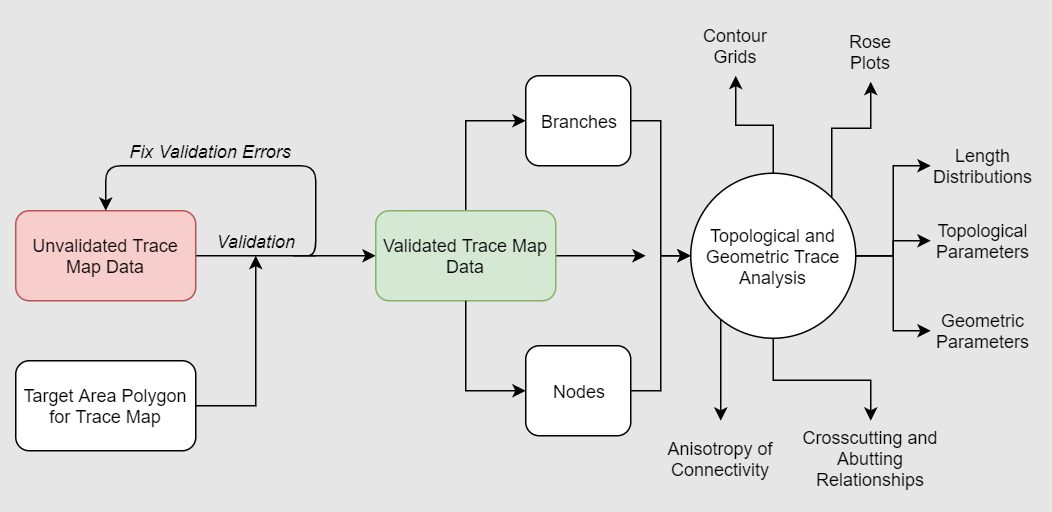
Before: docs_src/imgs/fractopo_2d_diagram.png, a diagram exported from draw.io (nialov/fractopo). Source tidied: cells renumbered, new cells last; positions are measured from the earlier drawing's top-left corner, leaving out a move shared by most shapes.
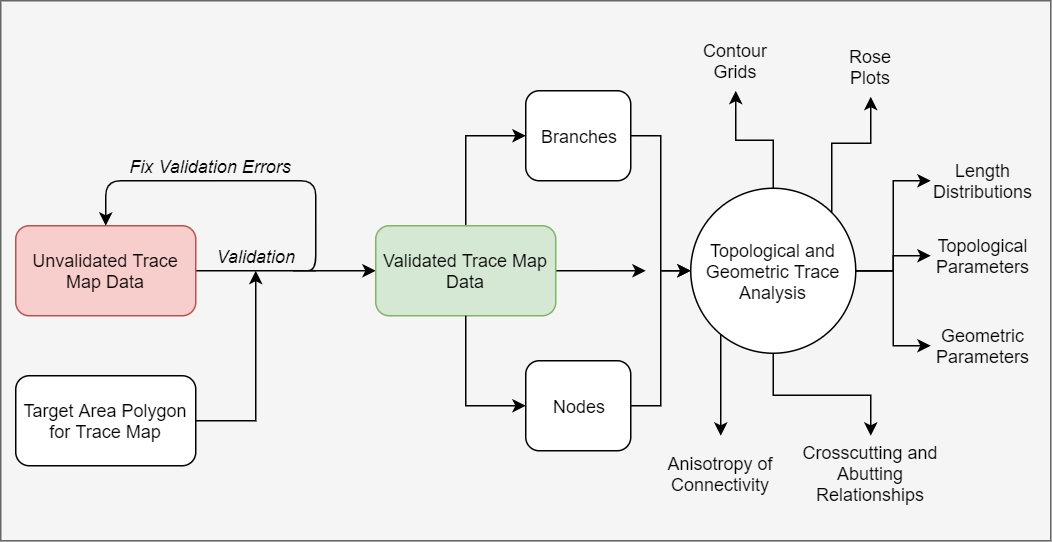
Above is the later version.

Commit message:
grey bg to diagram

Change to the diagram source:
```diff
@@ -2,6 +2,9 @@
   <root>
     <mxCell id="0" />
     <mxCell id="1" parent="0" />
+    <mxCell id="32" style="rounded=0;whiteSpace=wrap;html=1;fillColor=#f5f5f5;strokeColor=#666666;fontColor=#333333;" parent="1" vertex="1">
+      <mxGeometry x="-10" y="-20" width="700" height="360" as="geometry" />
+    </mxCell>
     <mxCell id="2" style="edgeStyle=orthogonalEdgeStyle;rounded=0;jettySize=auto;html=1;entryX=0;entryY=0.5;entryDx=0;entryDy=0;" parent="1" edge="1" source="3" target="6">
       <mxGeometry relative="1" as="geometry" />
     </mxCell>
```
